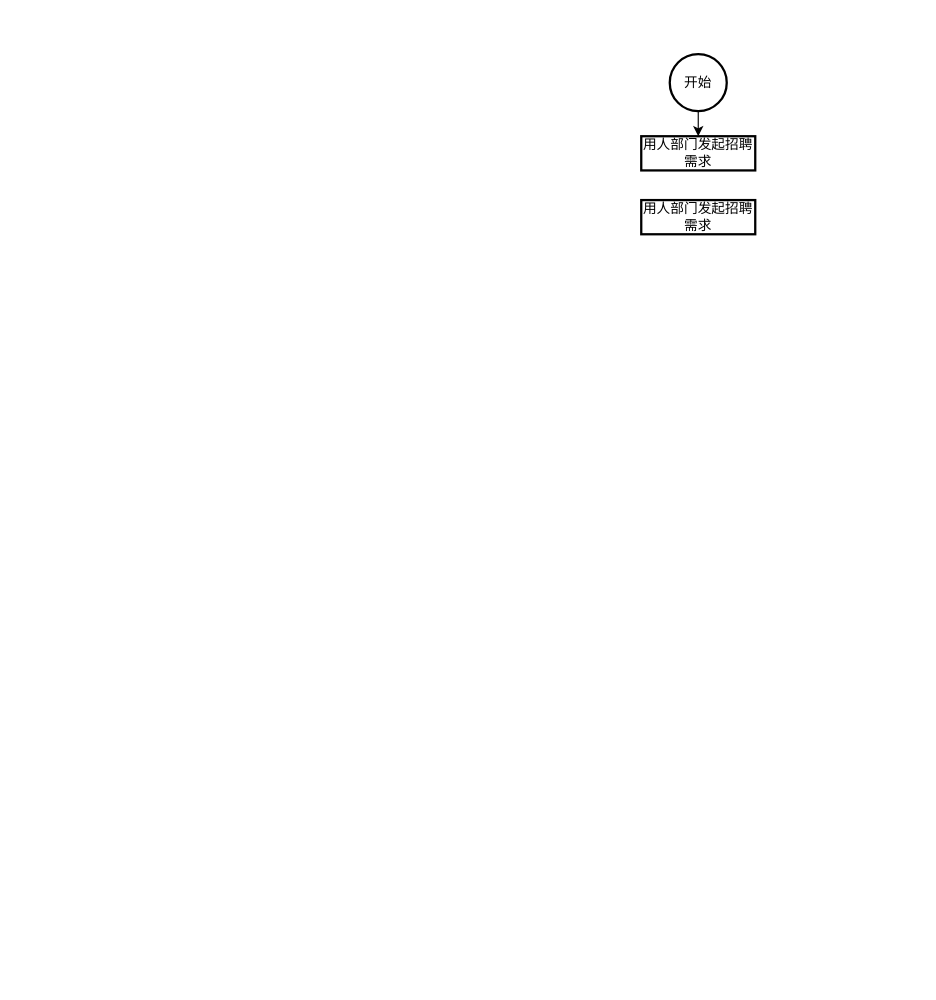
tanyongle/hello keeps this draw.io diagram as 业务流程1.drawio. Above is the earlier version. Source tidied: cells renumbered, new cells numbered last; positions are measured from the earlier drawing's top-left corner, leaving out a move shared by most shapes. Both pictures are drawn from the tidied source at 114%, with x=0, y=0 at pixel (641, 54).
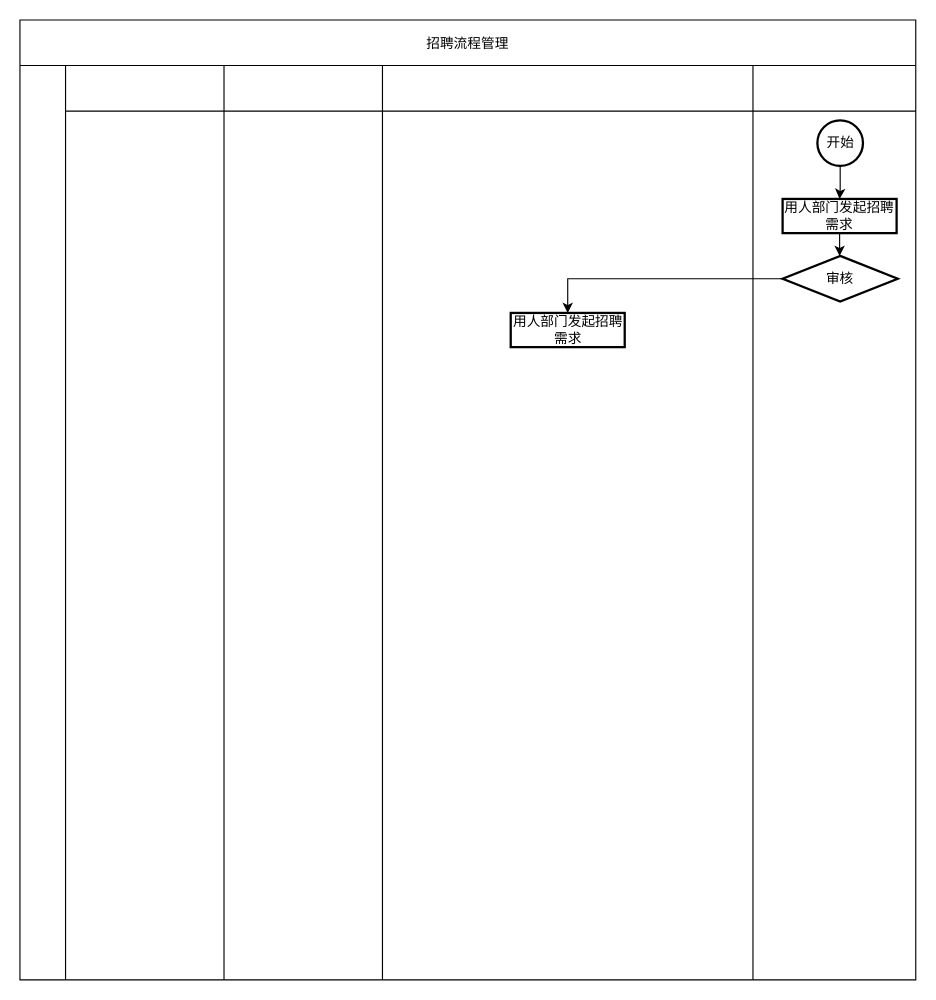
After the change.

Change to the diagram source:
```diff
@@
 <mxGraphModel>
   <root>
     <mxCell id="0" />
     <mxCell id="1" parent="0" />
+    <mxCell id="6" value="招聘流程管理" style="shape=table;childLayout=tableLayout;startSize=40;" parent="1" vertex="1">
+      <mxGeometry x="-545" y="-30" width="785.8" height="842" as="geometry" />
+    </mxCell>
+    <mxCell id="7" style="shape=tableRow;horizontal=0;swimlaneHead=0;swimlaneBody=0;top=0;left=0;strokeColor=inherit;bottom=0;right=0;fontStyle=0;fillColor=none;startSize=40;" parent="6" vertex="1">
+      <mxGeometry y="40" width="785.8" height="802" as="geometry" />
+    </mxCell>
+    <mxCell id="8" style="swimlane;swimlaneHead=0;swimlaneBody=0;fontStyle=0;strokeColor=inherit;fillColor=none;startSize=40;" parent="7" vertex="1">
+      <mxGeometry x="40" width="139" height="802" as="geometry" />
+    </mxCell>
+    <mxCell id="9" style="swimlane;swimlaneHead=0;swimlaneBody=0;fontStyle=0;strokeColor=inherit;fillColor=none;startSize=40;" parent="7" vertex="1">
+      <mxGeometry x="179" width="139" height="802" as="geometry" />
+    </mxCell>
+    <mxCell id="10" style="swimlane;swimlaneHead=0;swimlaneBody=0;fontStyle=0;strokeColor=inherit;fillColor=none;startSize=40;" parent="7" vertex="1">
+      <mxGeometry x="318" width="325" height="802" as="geometry" />
+    </mxCell>
+    <mxCell id="5" value="用人部门发起招聘需求" style="whiteSpace=wrap;html=1;strokeWidth=2;" parent="10" vertex="1">
+      <mxGeometry x="112.5" y="217" width="100" height="30" as="geometry" />
+    </mxCell>
+    <mxCell id="11" style="swimlane;swimlaneHead=0;swimlaneBody=0;fontStyle=0;strokeColor=inherit;fillColor=none;startSize=40;" parent="7" vertex="1">
+      <mxGeometry x="643" width="143" height="802" as="geometry" />
+    </mxCell>
+    <mxCell id="4" value="用人部门发起招聘需求" style="whiteSpace=wrap;html=1;strokeWidth=2;" parent="11" vertex="1">
+      <mxGeometry x="26" y="117" width="100" height="30" as="geometry" />
+    </mxCell>
+    <mxCell id="12" value="审核" style="strokeWidth=2;html=1;shape=mxgraph.flowchart.decision;whiteSpace=wrap;" parent="11" vertex="1">
+      <mxGeometry x="26" y="167" width="101" height="40" as="geometry" />
+    </mxCell>
+    <mxCell id="13" style="edgeStyle=orthogonalEdgeStyle;rounded=0;jettySize=auto;html=1;entryX=0.5;entryY=0;entryDx=0;entryDy=0;entryPerimeter=0;" parent="11" edge="1" source="4" target="12">
+      <mxGeometry relative="1" as="geometry" />
+    </mxCell>
+    <mxCell id="3" value="开始" style="strokeWidth=2;html=1;shape=mxgraph.flowchart.start_2;whiteSpace=wrap;" parent="11" vertex="1">
+      <mxGeometry x="56.5" y="48" width="40" height="40" as="geometry" />
+    </mxCell>
-    <mxCell id="2" style="edgeStyle=orthogonalEdgeStyle;rounded=0;jettySize=auto;html=1;" parent="1" edge="1" source="3" target="4">
+    <mxCell id="2" style="edgeStyle=orthogonalEdgeStyle;rounded=0;jettySize=auto;html=1;" parent="11" edge="1" source="3" target="4">
       <mxGeometry relative="1" as="geometry" />
     </mxCell>
-    <mxCell id="3" value="开始" style="strokeWidth=2;html=1;shape=mxgraph.flowchart.start_2;whiteSpace=wrap;" parent="1" vertex="1">
-      <mxGeometry x="25" width="50" height="50" as="geometry" />
-    </mxCell>
-    <mxCell id="4" value="用人部门发起招聘需求" style="whiteSpace=wrap;html=1;strokeWidth=2;" parent="1" vertex="1">
-      <mxGeometry y="72" width="100" height="30" as="geometry" />
-    </mxCell>
-    <mxCell id="5" value="用人部门发起招聘需求" style="whiteSpace=wrap;html=1;strokeWidth=2;" parent="1" vertex="1">
-      <mxGeometry y="128" width="100" height="30" as="geometry" />
-    </mxCell>
+    <mxCell id="14" style="edgeStyle=orthogonalEdgeStyle;rounded=0;jettySize=auto;html=1;exitX=0;exitY=0.5;exitDx=0;exitDy=0;exitPerimeter=0;" parent="7" edge="1" source="12" target="5">
+      <mxGeometry relative="1" as="geometry" />
+    </mxCell>
   </root>
 </mxGraphModel>
```
